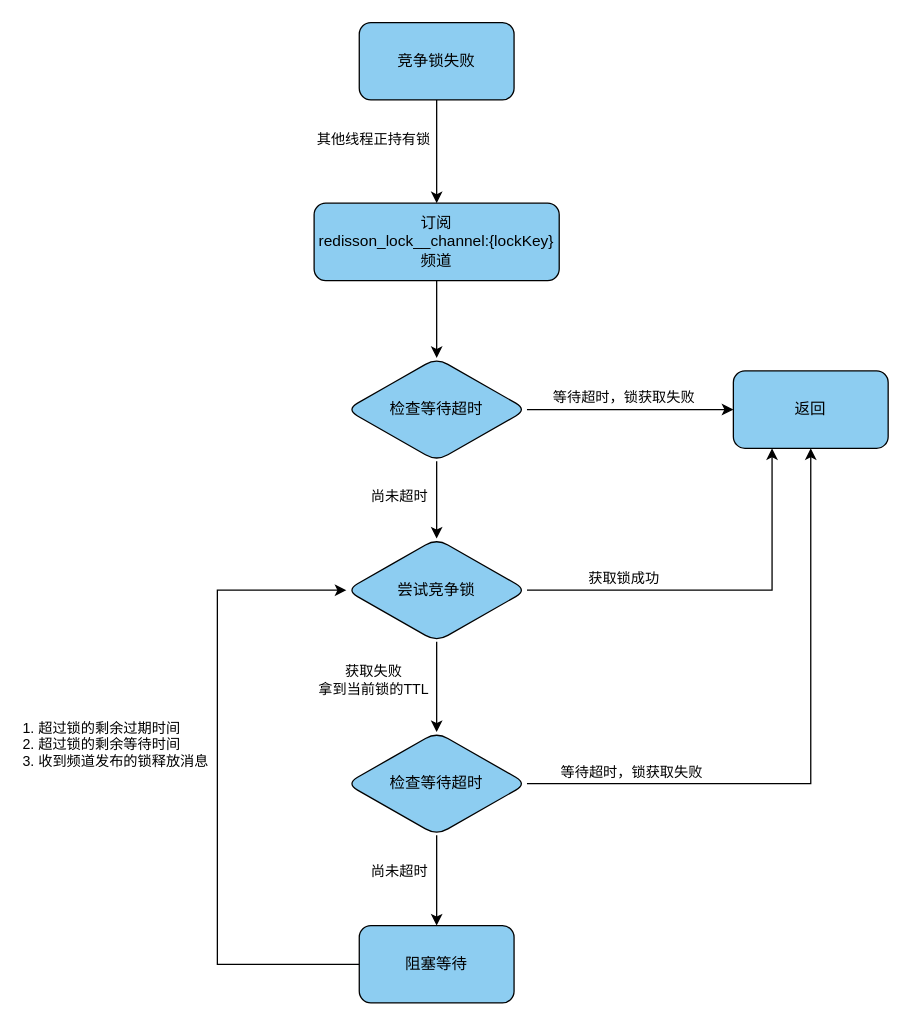
lipf1024/- keeps this draw.io diagram as page "自旋重试" (2 of 3) of 未命名绘图.drawio. Above is the earlier version. Source tidied: cells renumbered, new cells numbered last; positions are measured from the earlier drawing's top-left corner, leaving out a move shared by most shapes. Both pictures are drawn from the tidied source at 129%, with x=0, y=0 at pixel (217, 22).
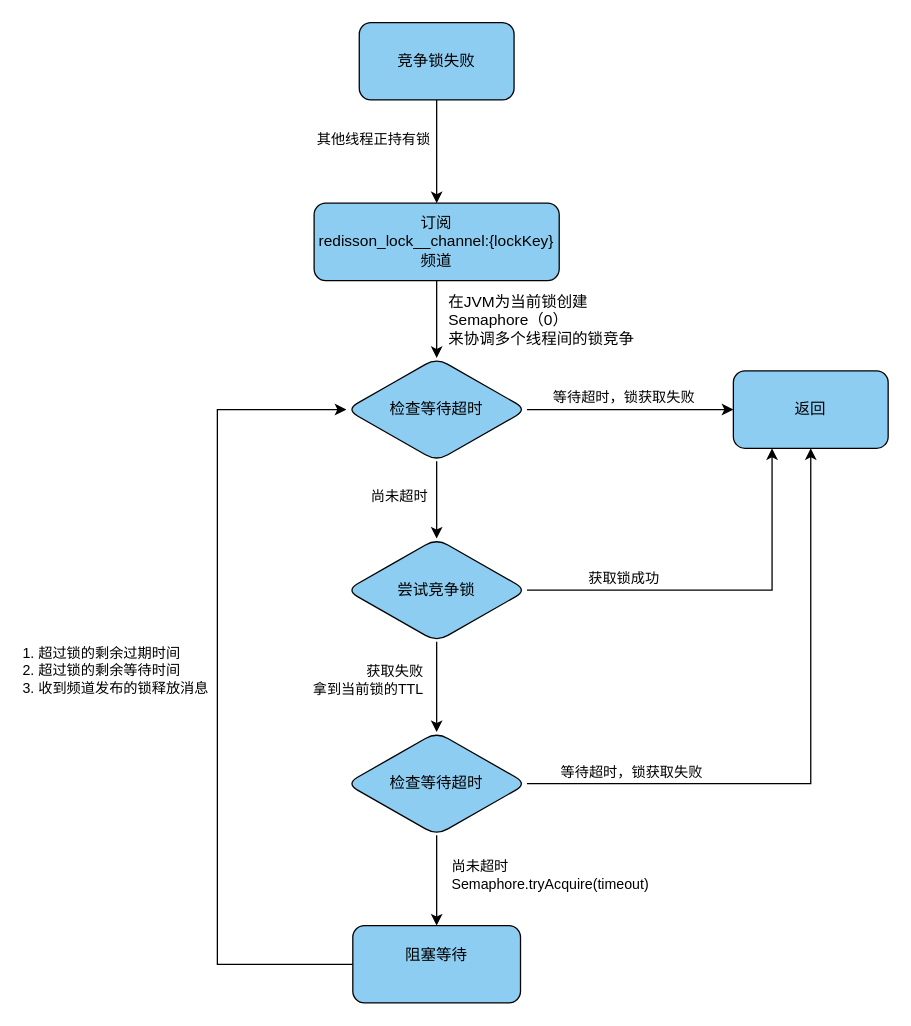
The same diagram, later.

Commit message:
更新未命名绘图.drawio

The change refers to these unchanged cells:
```xml
<mxCell id="5" style="edgeStyle=orthogonalEdgeStyle;rounded=0;jettySize=auto;html=1;exitX=0.5;exitY=1;exitDx=0;exitDy=0;entryX=0.5;entryY=0;entryDx=0;entryDy=0;" parent="1" edge="1" source="6" target="13">
  <mxGeometry relative="1" as="geometry" />
</mxCell>
<mxCell id="7" style="edgeStyle=orthogonalEdgeStyle;rounded=0;jettySize=auto;html=1;exitX=0.5;exitY=1;exitDx=0;exitDy=0;" parent="1" edge="1" source="24" target="18">
  <mxGeometry relative="1" as="geometry" />
</mxCell>
<mxCell id="13" value="检查等待超时" style="rhombus;whiteSpace=wrap;html=1;fillColor=#8dcdf1;rounded=1;" parent="1" vertex="1">
  <mxGeometry x="100" y="260" width="140" height="80" as="geometry" />
</mxCell>
<mxCell id="14" style="edgeStyle=orthogonalEdgeStyle;rounded=0;jettySize=auto;html=1;exitX=0.5;exitY=1;exitDx=0;exitDy=0;entryX=0.5;entryY=0;entryDx=0;entryDy=0;" parent="1" edge="1" source="18" target="21">
  <mxGeometry relative="1" as="geometry" />
</mxCell>
<mxCell id="24" value="尝试竞争锁" style="rhombus;whiteSpace=wrap;html=1;fillColor=#8dcdf1;rounded=1;" parent="1" vertex="1">
  <mxGeometry x="100" y="400" width="140" height="80" as="geometry" />
</mxCell>
```

The edit, as a diff of the source:
```diff
@@
+    <mxCell id="26" value="&lt;div style=&quot;text-align: justify;&quot;&gt;在JVM为当前锁创建&lt;/div&gt;&lt;div style=&quot;text-align: justify;&quot; class=&quot;lake-content&quot;&gt;Semaphore（0）&lt;/div&gt;&lt;div style=&quot;text-align: justify;&quot; class=&quot;lake-content&quot;&gt;来协调多个线程间的锁竞争&lt;/div&gt;" style="edgeLabel;html=1;align=center;verticalAlign=middle;fontSize=12;fontFamily=Helvetica;fontColor=default;" parent="5" vertex="1">
+      <mxGeometry x="-0.2" y="1" relative="1" as="geometry">
+        <mxPoint x="79" y="6" as="offset" />
+      </mxGeometry>
+    </mxCell>
@@
-    <mxCell id="8" value="获取失败&lt;br&gt;拿到当前锁的TTL" style="edgeLabel;html=1;align=center;verticalAlign=middle;" parent="7" vertex="1">
+    <mxCell id="8" value="获取失败&lt;br&gt;拿到当前锁的TTL" style="edgeLabel;html=1;align=right;verticalAlign=middle;" parent="7" vertex="1">
       <mxGeometry x="-0.28" y="-1" relative="1" as="geometry">
-        <mxPoint x="-49" y="4" as="offset" />
+        <mxPoint x="-9" y="4" as="offset" />
       </mxGeometry>
     </mxCell>
@@
-    <mxCell id="15" value="尚未超时" style="edgeLabel;html=1;align=center;verticalAlign=middle;" parent="14" vertex="1">
+    <mxCell id="15" value="尚未超时&lt;br&gt;Semaphore.tryAcquire(timeout)" style="edgeLabel;html=1;align=left;verticalAlign=middle;" parent="14" vertex="1">
       <mxGeometry x="-0.23" y="-1" relative="1" as="geometry">
-        <mxPoint x="-29" as="offset" />
+        <mxPoint x="11" y="3" as="offset" />
       </mxGeometry>
     </mxCell>
@@
-    <mxCell id="19" style="edgeStyle=orthogonalEdgeStyle;rounded=0;jettySize=auto;html=1;entryX=0;entryY=0.5;entryDx=0;entryDy=0;exitX=0;exitY=0.5;exitDx=0;exitDy=0;" parent="1" edge="1" source="21" target="24">
+    <mxCell id="19" style="edgeStyle=orthogonalEdgeStyle;rounded=0;jettySize=auto;html=1;entryX=0;entryY=0.5;entryDx=0;entryDy=0;exitX=0;exitY=0.5;exitDx=0;exitDy=0;" parent="1" edge="1" source="21" target="13">
       <mxGeometry relative="1" as="geometry">
         <Array as="points">
           <mxPoint y="730" />
-          <mxPoint y="440" />
+          <mxPoint y="300" />
         </Array>
       </mxGeometry>
     </mxCell>
-    <mxCell id="20" value="&lt;div style=&quot;text-align: justify;&quot;&gt;1. 超过锁的剩余过期时间&lt;/div&gt;&lt;div style=&quot;text-align: justify;&quot;&gt;2. 超过锁的剩余等待时间&lt;/div&gt;&lt;div style=&quot;text-align: justify;&quot;&gt;3. 收到频道发布的锁释放消息&lt;/div&gt;" style="edgeLabel;html=1;align=center;verticalAlign=middle;" parent="19" vertex="1">
+    <mxCell id="20" value="&lt;div style=&quot;text-align: justify;&quot;&gt;1. 超过锁的剩余过期时间&lt;/div&gt;&lt;div style=&quot;text-align: justify;&quot;&gt;2. 超过锁的剩余等待时间&lt;/div&gt;&lt;div style=&quot;text-align: justify;&quot;&gt;3. 收到频道发布的锁释放消息&lt;/div&gt;&lt;div style=&quot;text-align: justify;&quot;&gt;&lt;br&gt;&lt;/div&gt;" style="edgeLabel;html=1;align=center;verticalAlign=middle;" parent="19" vertex="1">
       <mxGeometry x="-0.33" relative="1" as="geometry">
         <mxPoint x="-80" y="-114" as="offset" />
       </mxGeometry>
     </mxCell>
-    <mxCell id="21" value="阻塞等待" style="rounded=1;whiteSpace=wrap;html=1;fillColor=#8dcdf1;" parent="1" vertex="1">
-      <mxGeometry x="110" y="700" width="120" height="60" as="geometry" />
+    <mxCell id="21" value="阻塞等待&lt;br&gt;&lt;div class=&quot;lake-content&quot;&gt;&lt;br&gt;&lt;/div&gt;" style="rounded=1;whiteSpace=wrap;html=1;fillColor=#8dcdf1;" parent="1" vertex="1">
+      <mxGeometry x="105" y="700" width="130" height="60" as="geometry" />
     </mxCell>
```
